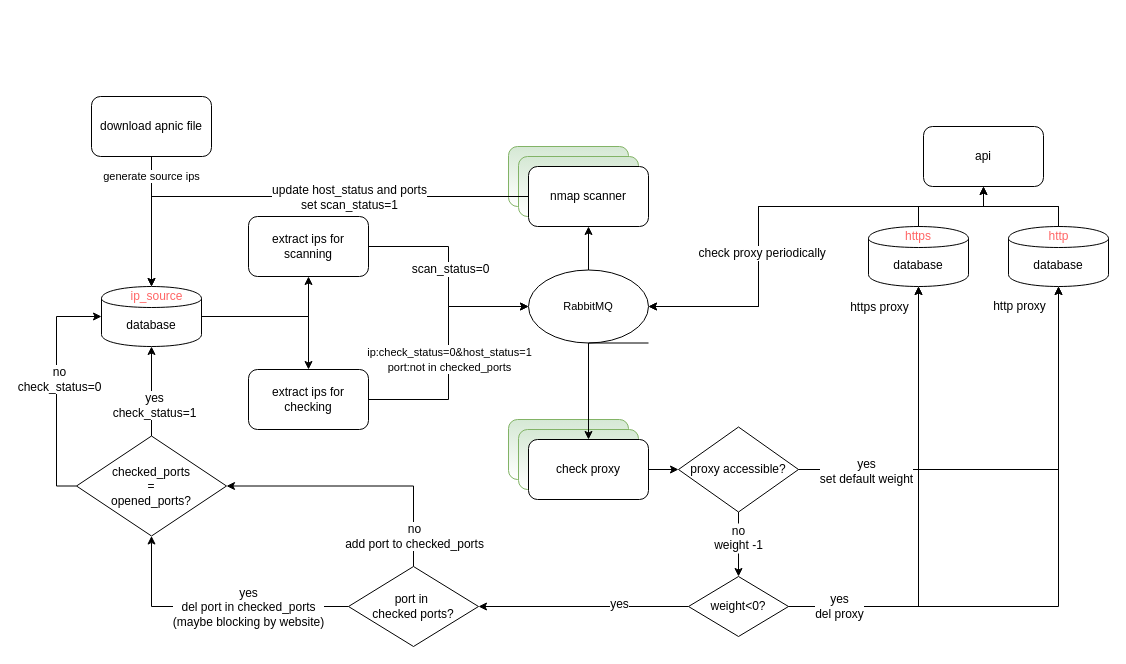
The draw.io diagram proxies_pool.drawio in bjjdkp/Proxies-Pool, before the edit. Source tidied: cells renumbered, new cells numbered last; positions are measured from the earlier drawing's top-left corner, leaving out a move shared by most shapes. Both pictures are drawn from the tidied source at 100%, with x=0, y=0 at pixel (76, 96).
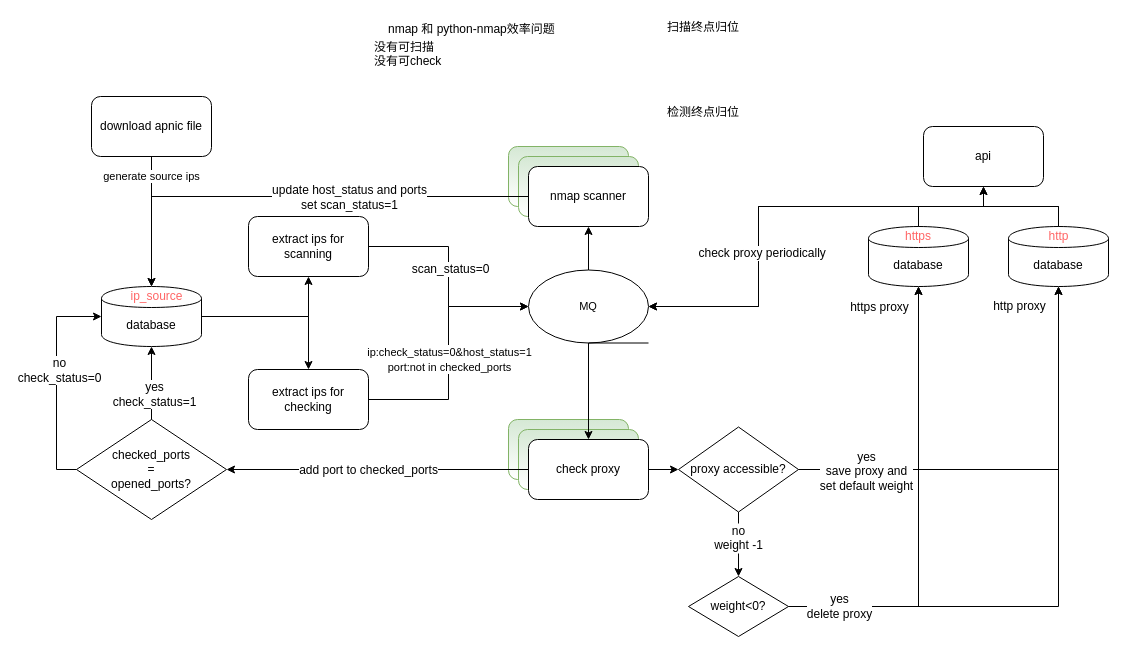
After the change.

Commit message:
update flow chart

The change refers to these unchanged cells:
```xml
<mxCell id="4" style="edgeStyle=orthogonalEdgeStyle;rounded=0;jettySize=auto;html=1;" parent="1" edge="1" source="9" target="52">
  <mxGeometry relative="1" as="geometry" />
</mxCell>
<mxCell id="44" value="check proxy" style="rounded=1;whiteSpace=wrap;html=1;shadow=0;glass=0;comic=0;labelBackgroundColor=none;align=center;" parent="41" vertex="1">
  <mxGeometry x="20" y="20" width="120" height="60" as="geometry" />
</mxCell>
<mxCell id="61" style="edgeStyle=orthogonalEdgeStyle;rounded=0;jettySize=auto;html=1;" parent="1" edge="1" source="65" target="49">
  <mxGeometry relative="1" as="geometry" />
</mxCell>
<mxCell id="65" value="weight&amp;lt;0?" style="rhombus;whiteSpace=wrap;html=1;fontFamily=Helvetica;fontSize=12;fontColor=#000000;align=center;strokeColor=#000000;fillColor=#ffffff;" parent="1" vertex="1">
  <mxGeometry x="612" y="480" width="100" height="60" as="geometry" />
</mxCell>
```

Change to the diagram source:
```diff
@@
-    <mxCell id="5" value="yes&lt;br&gt;set default weight" style="text;html=1;align=center;verticalAlign=middle;labelBackgroundColor=#ffffff;" parent="4" vertex="1">
+    <mxCell id="5" value="yes&lt;br&gt;save proxy and&lt;br&gt;set default weight" style="text;html=1;align=center;verticalAlign=middle;labelBackgroundColor=#ffffff;" parent="4" vertex="1">
       <mxGeometry x="-0.56" y="-1" relative="1" as="geometry" />
     </mxCell>
@@
-    <mxCell id="15" value="&lt;span style=&quot;font-size: 11px ; background-color: rgb(255 , 255 , 255)&quot;&gt;RabbitMQ&lt;/span&gt;" style="strokeWidth=1;html=1;shape=mxgraph.flowchart.sequential_data;whiteSpace=wrap;shadow=0;fontFamily=Helvetica;fontSize=12;fontColor=#000000;align=center;strokeColor=#000000;fontStyle=0;fillColor=#ffffff;gradientColor=none;" parent="1" vertex="1">
+    <mxCell id="15" value="&lt;span style=&quot;font-size: 11px ; background-color: rgb(255 , 255 , 255)&quot;&gt;MQ&lt;/span&gt;" style="strokeWidth=1;html=1;shape=mxgraph.flowchart.sequential_data;whiteSpace=wrap;shadow=0;fontFamily=Helvetica;fontSize=12;fontColor=#000000;align=center;strokeColor=#000000;fontStyle=0;fillColor=#ffffff;gradientColor=none;" parent="1" vertex="1">
       <mxGeometry x="452" y="173.5" width="120" height="73" as="geometry" />
     </mxCell>
@@
     <mxCell id="28" value="&lt;span style=&quot;background-color: rgb(255 , 255 , 255)&quot;&gt;checked_ports&lt;br&gt;=&lt;br&gt;opened_ports?&lt;/span&gt;" style="rhombus;whiteSpace=wrap;html=1;rounded=0;shadow=0;glass=0;comic=0;labelBackgroundColor=none;strokeColor=#000000;fillColor=none;gradientColor=none;fontColor=#000000;align=center;" parent="1" vertex="1">
-      <mxGeometry y="339.5" width="150" height="100" as="geometry" />
+      <mxGeometry y="323" width="150" height="100" as="geometry" />
     </mxCell>
@@
-    <mxCell id="46" style="edgeStyle=orthogonalEdgeStyle;rounded=0;jettySize=auto;html=1;fontColor=#000000;exitX=0.5;exitY=0;exitDx=0;exitDy=0;entryX=1;entryY=0.5;entryDx=0;entryDy=0;" parent="1" edge="1" source="68" target="28">
+    <mxCell id="46" style="edgeStyle=orthogonalEdgeStyle;rounded=0;jettySize=auto;html=1;fontColor=#000000;entryX=1;entryY=0.5;entryDx=0;entryDy=0;" parent="1" edge="1" source="44" target="28">
       <mxGeometry relative="1" as="geometry" />
     </mxCell>
-    <mxCell id="47" value="no&lt;br&gt;add port to checked_ports" style="text;html=1;align=center;verticalAlign=middle;labelBackgroundColor=#ffffff;fontColor=#000000;" parent="46" vertex="1">
+    <mxCell id="47" value="add port to checked_ports" style="text;html=1;align=center;verticalAlign=middle;labelBackgroundColor=#ffffff;fontColor=#000000;" parent="46" vertex="1">
       <mxGeometry y="-2" relative="1" as="geometry">
-        <mxPoint x="54" y="51.5" as="offset" />
+        <mxPoint x="-10" y="2" as="offset" />
       </mxGeometry>
     </mxCell>
@@
-    <mxCell id="62" value="yes&lt;br&gt;del proxy" style="text;html=1;align=center;verticalAlign=middle;labelBackgroundColor=#ffffff;" parent="61" vertex="1">
+    <mxCell id="62" value="yes&lt;br&gt;delete proxy" style="text;html=1;align=center;verticalAlign=middle;labelBackgroundColor=#ffffff;" parent="61" vertex="1">
       <mxGeometry x="-0.83" y="1" relative="1" as="geometry" />
     </mxCell>
-    <mxCell id="63" style="edgeStyle=orthogonalEdgeStyle;rounded=0;jettySize=auto;html=1;" parent="1" edge="1" source="65" target="68">
-      <mxGeometry relative="1" as="geometry" />
-    </mxCell>
-    <mxCell id="64" value="yes&lt;br&gt;" style="text;html=1;align=center;verticalAlign=middle;labelBackgroundColor=#ffffff;" parent="63" vertex="1">
-      <mxGeometry x="-0.33" y="-3" relative="1" as="geometry" />
-    </mxCell>
@@
-    <mxCell id="66" style="edgeStyle=orthogonalEdgeStyle;rounded=0;jettySize=auto;html=1;" parent="1" edge="1" source="68" target="28">
-      <mxGeometry relative="1" as="geometry" />
-    </mxCell>
-    <mxCell id="67" value="yes&lt;br&gt;del port in checked_ports&lt;br&gt;(maybe blocking by website)" style="text;html=1;align=center;verticalAlign=middle;labelBackgroundColor=#ffffff;" parent="66" vertex="1">
-      <mxGeometry x="-0.21" y="1" relative="1" as="geometry">
-        <mxPoint x="5" y="-1" as="offset" />
-      </mxGeometry>
-    </mxCell>
-    <mxCell id="68" value="port in&amp;nbsp;&lt;br&gt;checked ports?" style="rhombus;whiteSpace=wrap;html=1;" parent="1" vertex="1">
-      <mxGeometry x="272" y="470" width="130" height="80" as="geometry" />
-    </mxCell>
+    <mxCell id="69" value="没有可扫描&lt;br&gt;没有可check" style="text;html=1;align=left;verticalAlign=top;spacingTop=-4;" parent="1" vertex="1">
+      <mxGeometry x="296" y="-59" width="80" height="30" as="geometry" />
+    </mxCell>
+    <mxCell id="70" value="nmap 和 python-nmap效率问题&lt;br&gt;" style="text;html=1;align=left;verticalAlign=top;spacingTop=-4;" parent="1" vertex="1">
+      <mxGeometry x="310" y="-77" width="180" height="20" as="geometry" />
+    </mxCell>
+    <mxCell id="71" value="扫描终点归位" style="text;html=1;align=left;verticalAlign=top;spacingTop=-4;" parent="1" vertex="1">
+      <mxGeometry x="589" y="-79" width="90" height="20" as="geometry" />
+    </mxCell>
+    <mxCell id="72" value="检测终点归位&lt;br&gt;" style="text;html=1;align=left;verticalAlign=top;spacingTop=-4;" parent="1" vertex="1">
+      <mxGeometry x="589" y="6" width="90" height="20" as="geometry" />
+    </mxCell>
```
